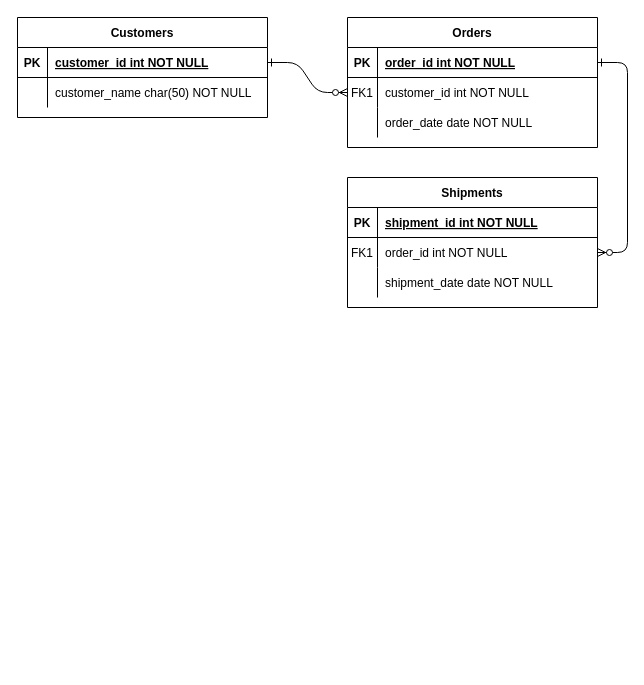
Above: weblate/项目、部件ER图.drawio in weijiang1994/draw-io (draw.io), before the change. Source tidied: cells renumbered, new cells numbered last; positions are measured from the earlier drawing's top-left corner, leaving out a move shared by most shapes. Both pictures are drawn from the tidied source at 100%, with x=0, y=0 at pixel (17, 17).
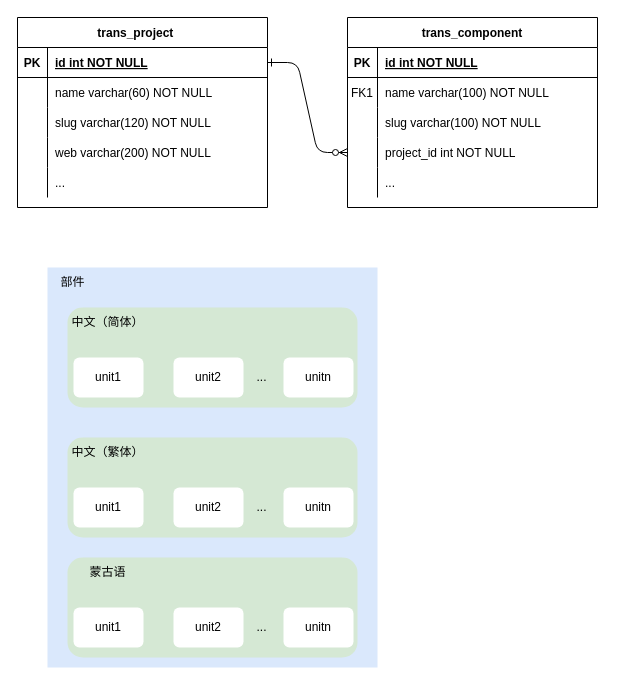
Above is the later version.

Commit message:
更新项目、部件ER图.drawio

The change refers to these unchanged cells:
```xml
<mxCell id="5" style="shape=partialRectangle;fillColor=none;points=[[0,0.5],[1,0.5]];portConstraint=eastwest;top=0;left=0;right=0;bottom=1;" parent="4" vertex="1">
  <mxGeometry y="30" width="250" height="30" as="geometry" />
</mxCell>
<mxCell id="8" style="shape=partialRectangle;fillColor=none;points=[[0,0.5],[1,0.5]];portConstraint=eastwest;top=0;left=0;right=0;bottom=0;" parent="4" vertex="1">
  <mxGeometry y="60" width="250" height="30" as="geometry" />
</mxCell>
<mxCell id="11" style="shape=partialRectangle;fillColor=none;top=0;left=0;right=0;bottom=0;" parent="4" vertex="1">
  <mxGeometry y="90" width="250" height="30" as="geometry" />
</mxCell>
<mxCell id="25" style="shape=partialRectangle;fillColor=none;points=[[0,0.5],[1,0.5]];portConstraint=eastwest;top=0;left=0;right=0;bottom=1;" parent="24" vertex="1">
  <mxGeometry y="30" width="250" height="30" as="geometry" />
</mxCell>
```

Change to the diagram source:
```diff
@@
-    <mxCell id="2" style="edgeStyle=entityRelationEdgeStyle;endArrow=ERzeroToMany;startArrow=ERone;endFill=1;startFill=0;" parent="1" edge="1" source="25" target="8">
+    <mxCell id="2" style="edgeStyle=entityRelationEdgeStyle;endArrow=ERzeroToMany;startArrow=ERone;endFill=1;startFill=0;entryX=0;entryY=0.5;entryDx=0;entryDy=0;" parent="1" edge="1" source="25" target="31">
       <mxGeometry relative="1" as="geometry" />
     </mxCell>
-    <mxCell id="3" style="edgeStyle=entityRelationEdgeStyle;endArrow=ERzeroToMany;startArrow=ERone;endFill=1;startFill=0;" parent="1" edge="1" source="5" target="18">
-      <mxGeometry relative="1" as="geometry" />
-    </mxCell>
-    <mxCell id="4" value="Orders" style="shape=table;startSize=30;childLayout=tableLayout;rowLines=0;fontStyle=1;align=center;" parent="1" vertex="1">
-      <mxGeometry x="330" width="250" height="130" as="geometry" />
+    <mxCell id="4" value="trans_component" style="shape=table;startSize=30;childLayout=tableLayout;rowLines=0;fontStyle=1;align=center;" parent="1" vertex="1">
+      <mxGeometry x="330" width="250" height="190" as="geometry" />
     </mxCell>
@@
-    <mxCell id="7" value="order_id int NOT NULL " style="shape=partialRectangle;overflow=hidden;fillColor=none;top=0;left=0;bottom=0;right=0;align=left;spacingLeft=6;fontStyle=5;" parent="5" vertex="1">
+    <mxCell id="7" value="id int NOT NULL " style="shape=partialRectangle;overflow=hidden;fillColor=none;top=0;left=0;bottom=0;right=0;align=left;spacingLeft=6;fontStyle=5;" parent="5" vertex="1">
       <mxGeometry x="30" width="220" height="30" as="geometry" />
     </mxCell>
@@
-    <mxCell id="10" value="customer_id int NOT NULL" style="shape=partialRectangle;overflow=hidden;fillColor=none;top=0;left=0;bottom=0;right=0;align=left;spacingLeft=6;" parent="8" vertex="1">
+    <mxCell id="10" value="name varchar(100) NOT NULL" style="shape=partialRectangle;overflow=hidden;fillColor=none;top=0;left=0;bottom=0;right=0;align=left;spacingLeft=6;" parent="8" vertex="1">
       <mxGeometry x="30" width="220" height="30" as="geometry" />
     </mxCell>
@@
-    <mxCell id="13" value="order_date date NOT NULL" style="shape=partialRectangle;overflow=hidden;fillColor=none;top=0;left=0;bottom=0;right=0;align=left;spacingLeft=6;" parent="11" vertex="1">
+    <mxCell id="13" value="slug varchar(100) NOT NULL" style="shape=partialRectangle;overflow=hidden;fillColor=none;top=0;left=0;bottom=0;right=0;align=left;spacingLeft=6;" parent="11" vertex="1">
       <mxGeometry x="30" width="220" height="30" as="geometry" />
     </mxCell>
-    <mxCell id="14" value="Shipments" style="shape=table;startSize=30;childLayout=tableLayout;rowLines=0;fontStyle=1;align=center;" parent="1" vertex="1">
-      <mxGeometry x="330" y="160" width="250" height="130" as="geometry" />
-    </mxCell>
-    <mxCell id="15" style="shape=partialRectangle;fillColor=none;top=0;left=0;right=0;bottom=1;" parent="14" vertex="1">
-      <mxGeometry y="30" width="250" height="30" as="geometry" />
-    </mxCell>
-    <mxCell id="16" value="PK" style="shape=partialRectangle;overflow=hidden;fillColor=none;top=0;left=0;bottom=0;right=0;fontStyle=1;" parent="15" vertex="1">
-      <mxGeometry width="30" height="30" as="geometry" />
-    </mxCell>
-    <mxCell id="17" value="shipment_id int NOT NULL " style="shape=partialRectangle;overflow=hidden;fillColor=none;top=0;left=0;bottom=0;right=0;align=left;spacingLeft=6;fontStyle=5;" parent="15" vertex="1">
-      <mxGeometry x="30" width="220" height="30" as="geometry" />
-    </mxCell>
-    <mxCell id="18" style="shape=partialRectangle;fillColor=none;points=[[0,0.5],[1,0.5]];portConstraint=eastwest;top=0;left=0;right=0;bottom=0;" parent="14" vertex="1">
-      <mxGeometry y="60" width="250" height="30" as="geometry" />
-    </mxCell>
-    <mxCell id="19" value="FK1" style="shape=partialRectangle;overflow=hidden;fillColor=none;top=0;left=0;bottom=0;right=0;" parent="18" vertex="1">
-      <mxGeometry width="30" height="30" as="geometry" />
-    </mxCell>
-    <mxCell id="20" value="order_id int NOT NULL" style="shape=partialRectangle;overflow=hidden;fillColor=none;top=0;left=0;bottom=0;right=0;align=left;spacingLeft=6;" parent="18" vertex="1">
-      <mxGeometry x="30" width="220" height="30" as="geometry" />
-    </mxCell>
-    <mxCell id="21" style="shape=partialRectangle;fillColor=none;top=0;left=0;right=0;bottom=0;" parent="14" vertex="1">
-      <mxGeometry y="90" width="250" height="30" as="geometry" />
-    </mxCell>
-    <mxCell id="22" style="shape=partialRectangle;overflow=hidden;fillColor=none;top=0;left=0;bottom=0;right=0;" parent="21" vertex="1">
-      <mxGeometry width="30" height="30" as="geometry" />
-    </mxCell>
-    <mxCell id="23" value="shipment_date date NOT NULL" style="shape=partialRectangle;overflow=hidden;fillColor=none;top=0;left=0;bottom=0;right=0;align=left;spacingLeft=6;" parent="21" vertex="1">
-      <mxGeometry x="30" width="220" height="30" as="geometry" />
-    </mxCell>
+    <mxCell id="31" style="shape=partialRectangle;fillColor=none;points=[[0,0.5],[1,0.5]];portConstraint=eastwest;top=0;left=0;right=0;bottom=0;" parent="4" vertex="1">
+      <mxGeometry y="120" width="250" height="30" as="geometry" />
+    </mxCell>
+    <mxCell id="32" style="shape=partialRectangle;overflow=hidden;fillColor=none;top=0;left=0;bottom=0;right=0;" parent="31" vertex="1">
+      <mxGeometry width="30" height="30" as="geometry" />
+    </mxCell>
+    <mxCell id="33" value="project_id int NOT NULL" style="shape=partialRectangle;overflow=hidden;fillColor=none;top=0;left=0;bottom=0;right=0;align=left;spacingLeft=6;" parent="31" vertex="1">
+      <mxGeometry x="30" width="220" height="30" as="geometry" />
+    </mxCell>
+    <mxCell id="34" style="shape=partialRectangle;fillColor=none;top=0;left=0;right=0;bottom=0;" parent="4" vertex="1">
+      <mxGeometry y="150" width="250" height="30" as="geometry" />
+    </mxCell>
+    <mxCell id="35" style="shape=partialRectangle;overflow=hidden;fillColor=none;top=0;left=0;bottom=0;right=0;" parent="34" vertex="1">
+      <mxGeometry width="30" height="30" as="geometry" />
+    </mxCell>
+    <mxCell id="36" value="..." style="shape=partialRectangle;overflow=hidden;fillColor=none;top=0;left=0;bottom=0;right=0;align=left;spacingLeft=6;" parent="34" vertex="1">
+      <mxGeometry x="30" width="220" height="30" as="geometry" />
+    </mxCell>
-    <mxCell id="24" value="Customers" style="shape=table;startSize=30;childLayout=tableLayout;rowLines=0;fontStyle=1;align=center;" parent="1" vertex="1">
-      <mxGeometry width="250" height="100" as="geometry" />
+    <mxCell id="24" value="trans_project    " style="shape=table;startSize=30;childLayout=tableLayout;rowLines=0;fontStyle=1;align=center;" parent="1" vertex="1">
+      <mxGeometry width="250" height="190" as="geometry" />
     </mxCell>
@@
-    <mxCell id="27" value="customer_id int NOT NULL " style="shape=partialRectangle;overflow=hidden;fillColor=none;top=0;left=0;bottom=0;right=0;align=left;spacingLeft=6;fontStyle=5;" parent="25" vertex="1">
+    <mxCell id="27" value="id int NOT NULL " style="shape=partialRectangle;overflow=hidden;fillColor=none;top=0;left=0;bottom=0;right=0;align=left;spacingLeft=6;fontStyle=5;" parent="25" vertex="1">
       <mxGeometry x="30" width="220" height="30" as="geometry" />
     </mxCell>
+    <mxCell id="18" style="shape=partialRectangle;fillColor=none;points=[[0,0.5],[1,0.5]];portConstraint=eastwest;top=0;left=0;right=0;bottom=0;" parent="24" vertex="1">
+      <mxGeometry y="60" width="250" height="30" as="geometry" />
+    </mxCell>
+    <mxCell id="37" style="shape=partialRectangle;overflow=hidden;fillColor=none;top=0;left=0;bottom=0;right=0;" parent="18" vertex="1">
+      <mxGeometry width="30" height="30" as="geometry" />
+    </mxCell>
+    <mxCell id="38" value="name varchar(60) NOT NULL" style="shape=partialRectangle;overflow=hidden;fillColor=none;top=0;left=0;bottom=0;right=0;align=left;spacingLeft=6;" parent="18" vertex="1">
+      <mxGeometry x="30" width="220" height="30" as="geometry" />
+    </mxCell>
+    <mxCell id="21" style="shape=partialRectangle;fillColor=none;top=0;left=0;right=0;bottom=0;" parent="24" vertex="1">
+      <mxGeometry y="90" width="250" height="30" as="geometry" />
+    </mxCell>
+    <mxCell id="39" style="shape=partialRectangle;overflow=hidden;fillColor=none;top=0;left=0;bottom=0;right=0;" parent="21" vertex="1">
+      <mxGeometry width="30" height="30" as="geometry" />
+    </mxCell>
+    <mxCell id="40" value="slug varchar(120) NOT NULL" style="shape=partialRectangle;overflow=hidden;fillColor=none;top=0;left=0;bottom=0;right=0;align=left;spacingLeft=6;" parent="21" vertex="1">
+      <mxGeometry x="30" width="220" height="30" as="geometry" />
+    </mxCell>
+    <mxCell id="41" style="shape=partialRectangle;fillColor=none;top=0;left=0;right=0;bottom=0;" parent="24" vertex="1">
+      <mxGeometry y="120" width="250" height="30" as="geometry" />
+    </mxCell>
+    <mxCell id="42" style="shape=partialRectangle;overflow=hidden;fillColor=none;top=0;left=0;bottom=0;right=0;" parent="41" vertex="1">
+      <mxGeometry width="30" height="30" as="geometry" />
+    </mxCell>
+    <mxCell id="43" value="web varchar(200) NOT NULL" style="shape=partialRectangle;overflow=hidden;fillColor=none;top=0;left=0;bottom=0;right=0;align=left;spacingLeft=6;" parent="41" vertex="1">
+      <mxGeometry x="30" width="220" height="30" as="geometry" />
+    </mxCell>
     <mxCell id="28" style="shape=partialRectangle;fillColor=none;top=0;left=0;right=0;bottom=0;" parent="24" vertex="1">
-      <mxGeometry y="60" width="250" height="30" as="geometry" />
+      <mxGeometry y="150" width="250" height="30" as="geometry" />
     </mxCell>
@@
-    <mxCell id="30" value="customer_name char(50) NOT NULL" style="shape=partialRectangle;overflow=hidden;fillColor=none;top=0;left=0;bottom=0;right=0;align=left;spacingLeft=6;" parent="28" vertex="1">
+    <mxCell id="30" value="..." style="shape=partialRectangle;overflow=hidden;fillColor=none;top=0;left=0;bottom=0;right=0;align=left;spacingLeft=6;" parent="28" vertex="1">
       <mxGeometry x="30" width="220" height="30" as="geometry" />
     </mxCell>
+    <mxCell id="44" style="group;" parent="1" vertex="1">
+      <mxGeometry x="30" y="250" width="330" height="400" as="geometry" />
+    </mxCell>
+    <mxCell id="45" style="rounded=0;whiteSpace=wrap;html=1;fillColor=#dae8fc;strokeColor=none;" parent="44" vertex="1">
+      <mxGeometry width="330" height="400" as="geometry" />
+    </mxCell>
+    <mxCell id="46" style="group;" parent="44" vertex="1">
+      <mxGeometry x="10" y="40" width="300" height="100" as="geometry" />
+    </mxCell>
+    <mxCell id="47" style="rounded=1;whiteSpace=wrap;html=1;fillColor=#d5e8d4;strokeColor=none;" parent="46" vertex="1">
+      <mxGeometry x="10" width="290" height="100" as="geometry" />
+    </mxCell>
+    <mxCell id="48" style="group;" parent="46" vertex="1">
+      <mxGeometry x="16" y="50" width="280" height="40" as="geometry" />
+    </mxCell>
+    <mxCell id="49" value="unit1" style="rounded=1;whiteSpace=wrap;html=1;strokeColor=none;" parent="48" vertex="1">
+      <mxGeometry width="70" height="40" as="geometry" />
+    </mxCell>
+    <mxCell id="50" value="unit2" style="rounded=1;whiteSpace=wrap;html=1;strokeColor=none;" parent="48" vertex="1">
+      <mxGeometry x="100" width="70" height="40" as="geometry" />
+    </mxCell>
+    <mxCell id="51" value="unitn" style="rounded=1;whiteSpace=wrap;html=1;strokeColor=none;" parent="48" vertex="1">
+      <mxGeometry x="210" width="70" height="40" as="geometry" />
+    </mxCell>
+    <mxCell id="52" value="..." style="text;html=1;align=center;verticalAlign=middle;strokeColor=none;fillColor=none;" parent="48" vertex="1">
+      <mxGeometry x="173" y="5" width="30" height="30" as="geometry" />
+    </mxCell>
+    <mxCell id="53" value="中文（简体）" style="text;html=1;align=center;verticalAlign=middle;strokeColor=none;fillColor=none;" parent="46" vertex="1">
+      <mxGeometry width="100" height="30" as="geometry" />
+    </mxCell>
+    <mxCell id="54" style="group;" parent="44" vertex="1">
+      <mxGeometry x="10" y="170" width="300" height="100" as="geometry" />
+    </mxCell>
+    <mxCell id="55" style="rounded=1;whiteSpace=wrap;html=1;fillColor=#d5e8d4;strokeColor=none;" parent="54" vertex="1">
+      <mxGeometry x="10" width="290" height="100" as="geometry" />
+    </mxCell>
+    <mxCell id="56" style="group;" parent="54" vertex="1">
+      <mxGeometry x="16" y="50" width="280" height="40" as="geometry" />
+    </mxCell>
+    <mxCell id="57" value="unit1" style="rounded=1;whiteSpace=wrap;html=1;strokeColor=none;" parent="56" vertex="1">
+      <mxGeometry width="70" height="40" as="geometry" />
+    </mxCell>
+    <mxCell id="58" value="unit2" style="rounded=1;whiteSpace=wrap;html=1;strokeColor=none;" parent="56" vertex="1">
+      <mxGeometry x="100" width="70" height="40" as="geometry" />
+    </mxCell>
+    <mxCell id="59" value="unitn" style="rounded=1;whiteSpace=wrap;html=1;strokeColor=none;" parent="56" vertex="1">
+      <mxGeometry x="210" width="70" height="40" as="geometry" />
+    </mxCell>
+    <mxCell id="60" value="..." style="text;html=1;align=center;verticalAlign=middle;strokeColor=none;fillColor=none;" parent="56" vertex="1">
+      <mxGeometry x="173" y="5" width="30" height="30" as="geometry" />
+    </mxCell>
+    <mxCell id="61" value="中文（繁体）" style="text;html=1;align=center;verticalAlign=middle;strokeColor=none;fillColor=none;" parent="54" vertex="1">
+      <mxGeometry width="100" height="30" as="geometry" />
+    </mxCell>
+    <mxCell id="62" style="group;" parent="44" vertex="1">
+      <mxGeometry x="10" y="290" width="300" height="100" as="geometry" />
+    </mxCell>
+    <mxCell id="63" style="rounded=1;whiteSpace=wrap;html=1;fillColor=#d5e8d4;strokeColor=none;" parent="62" vertex="1">
+      <mxGeometry x="10" width="290" height="100" as="geometry" />
+    </mxCell>
+    <mxCell id="64" style="group;" parent="62" vertex="1">
+      <mxGeometry x="16" y="50" width="280" height="40" as="geometry" />
+    </mxCell>
+    <mxCell id="65" value="unit1" style="rounded=1;whiteSpace=wrap;html=1;strokeColor=none;" parent="64" vertex="1">
+      <mxGeometry width="70" height="40" as="geometry" />
+    </mxCell>
+    <mxCell id="66" value="unit2" style="rounded=1;whiteSpace=wrap;html=1;strokeColor=none;" parent="64" vertex="1">
+      <mxGeometry x="100" width="70" height="40" as="geometry" />
+    </mxCell>
+    <mxCell id="67" value="unitn" style="rounded=1;whiteSpace=wrap;html=1;strokeColor=none;" parent="64" vertex="1">
+      <mxGeometry x="210" width="70" height="40" as="geometry" />
+    </mxCell>
+    <mxCell id="68" value="..." style="text;html=1;align=center;verticalAlign=middle;strokeColor=none;fillColor=none;" parent="64" vertex="1">
+      <mxGeometry x="173" y="5" width="30" height="30" as="geometry" />
+    </mxCell>
+    <mxCell id="69" value="蒙古语" style="text;html=1;align=center;verticalAlign=middle;strokeColor=none;fillColor=none;" parent="62" vertex="1">
+      <mxGeometry x="20" width="60" height="30" as="geometry" />
+    </mxCell>
+    <mxCell id="70" value="部件" style="text;html=1;align=center;verticalAlign=middle;strokeColor=none;fillColor=none;" parent="44" vertex="1">
+      <mxGeometry width="50" height="30" as="geometry" />
+    </mxCell>
```
